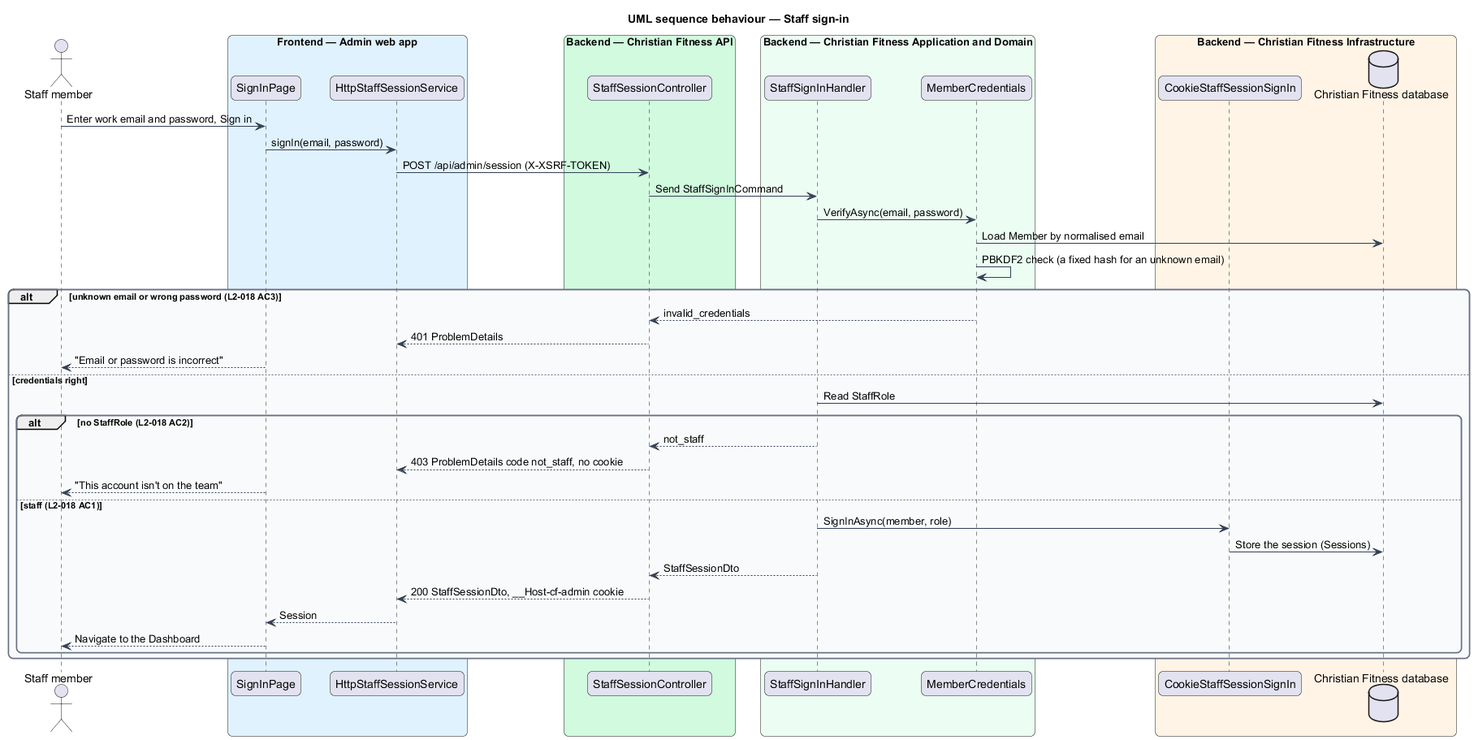
Above: docs/detailed-designs/admin-access/admin-sign-in/diagrams/sequence-sign-in.png in QuinntyneBrown/christian-fitness (PlantUML), before the change. The source it was exported from:
```plantuml
@startuml
title UML sequence behaviour — Staff sign-in
skinparam backgroundColor #FFFFFF
skinparam shadowing false
skinparam roundcorner 12
skinparam defaultFontName Arial
skinparam ArrowColor #344054
skinparam rectangle {
  BorderColor #344054
  FontColor #101828
}
skinparam package {
  BorderColor #667085
  FontColor #101828
  BackgroundColor #F9FAFB
}
actor "Staff member" as actor
box "Frontend — Admin web app" #E0F2FE
  participant "SignInPage" as page
  participant "HttpStaffSessionService" as client
end box
box "Backend — Christian Fitness API" #D1FADF
  participant "StaffSessionController" as ctrl
end box
box "Backend — Christian Fitness Application and Domain" #ECFDF3
  participant "StaffSignInHandler" as handler
  participant "MemberCredentials" as creds
end box
box "Backend — Christian Fitness Infrastructure" #FFF4E5
  participant "CookieStaffSessionSignIn" as cookie
  database "Christian Fitness database" as db
end box
actor -> page : Enter work email and password, Sign in
page -> client : signIn(email, password)
client -> ctrl : POST /api/admin/session (X-XSRF-TOKEN)
ctrl -> handler : Send StaffSignInCommand
handler -> creds : VerifyAsync(email, password)
creds -> db : Load Member by normalised email
creds -> creds : PBKDF2 check (a fixed hash for an unknown email)
alt unknown email or wrong password (L2-018 AC3)
  creds --> ctrl : invalid_credentials
  ctrl --> client : 401 ProblemDetails
  page --> actor : "Email or password is incorrect"
else credentials right
  handler -> db : Read StaffRole
  alt no StaffRole (L2-018 AC2)
    handler --> ctrl : not_staff
    ctrl --> client : 403 ProblemDetails code not_staff, no cookie
    page --> actor : "This account isn't on the team"
  else staff (L2-018 AC1)
    handler -> cookie : SignInAsync(member, role)
    cookie -> db : Store the session (Sessions)
    handler --> ctrl : StaffSessionDto
    ctrl --> client : 200 StaffSessionDto, __Host-cf-admin cookie
    client --> page : Session
    page --> actor : Navigate to the Dashboard
  end
end
@enduml
```
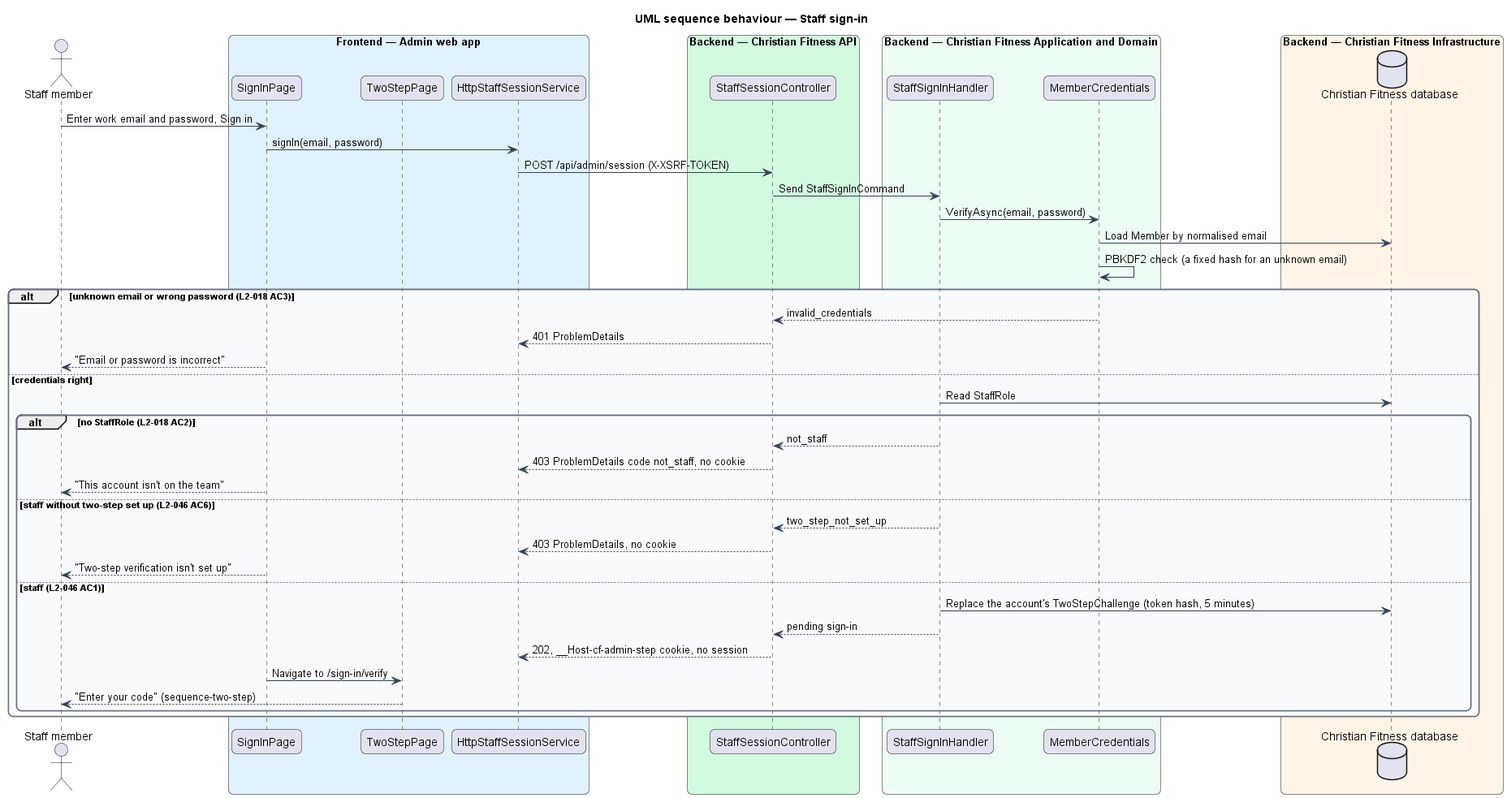
After the commit.

The edit, as a diff of the source:
```diff
@@ -17,6 +17,7 @@
 actor "Staff member" as actor
 box "Frontend — Admin web app" #E0F2FE
   participant "SignInPage" as page
+  participant "TwoStepPage" as step
   participant "HttpStaffSessionService" as client
 end box
 box "Backend — Christian Fitness API" #D1FADF
@@ -27,7 +28,6 @@
   participant "MemberCredentials" as creds
 end box
 box "Backend — Christian Fitness Infrastructure" #FFF4E5
-  participant "CookieStaffSessionSignIn" as cookie
   database "Christian Fitness database" as db
 end box
 actor -> page : Enter work email and password, Sign in
@@ -47,13 +47,16 @@
     handler --> ctrl : not_staff
     ctrl --> client : 403 ProblemDetails code not_staff, no cookie
     page --> actor : "This account isn't on the team"
-  else staff (L2-018 AC1)
-    handler -> cookie : SignInAsync(member, role)
-    cookie -> db : Store the session (Sessions)
-    handler --> ctrl : StaffSessionDto
-    ctrl --> client : 200 StaffSessionDto, __Host-cf-admin cookie
-    client --> page : Session
-    page --> actor : Navigate to the Dashboard
+  else staff without two-step set up (L2-046 AC6)
+    handler --> ctrl : two_step_not_set_up
+    ctrl --> client : 403 ProblemDetails, no cookie
+    page --> actor : "Two-step verification isn't set up"
+  else staff (L2-046 AC1)
+    handler -> db : Replace the account's TwoStepChallenge (token hash, 5 minutes)
+    handler --> ctrl : pending sign-in
+    ctrl --> client : 202, __Host-cf-admin-step cookie, no session
+    page -> step : Navigate to /sign-in/verify
+    step --> actor : "Enter your code" (sequence-two-step)
   end
 end
 @enduml
```
